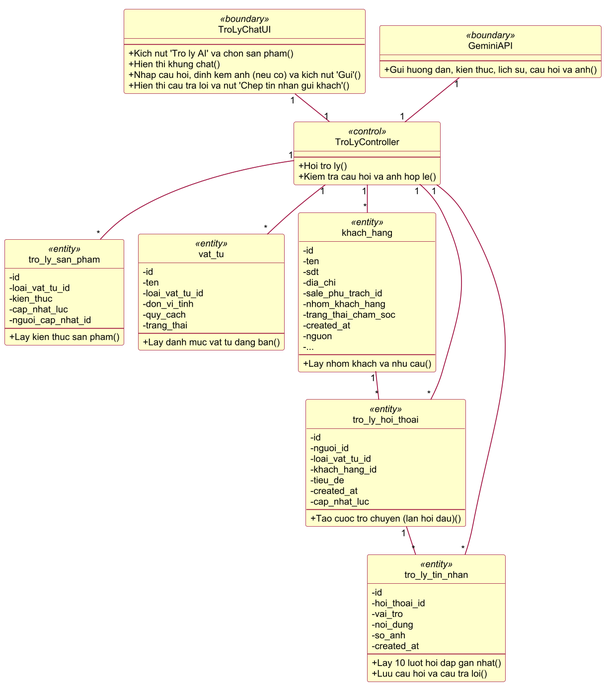
Above: _hinh/puml_rose/png/cls_tro_ly.png in simunaroo/ERP (PlantUML), before the change. Its source is kept beside it as _hinh/puml_rose/cls_tro_ly.puml.
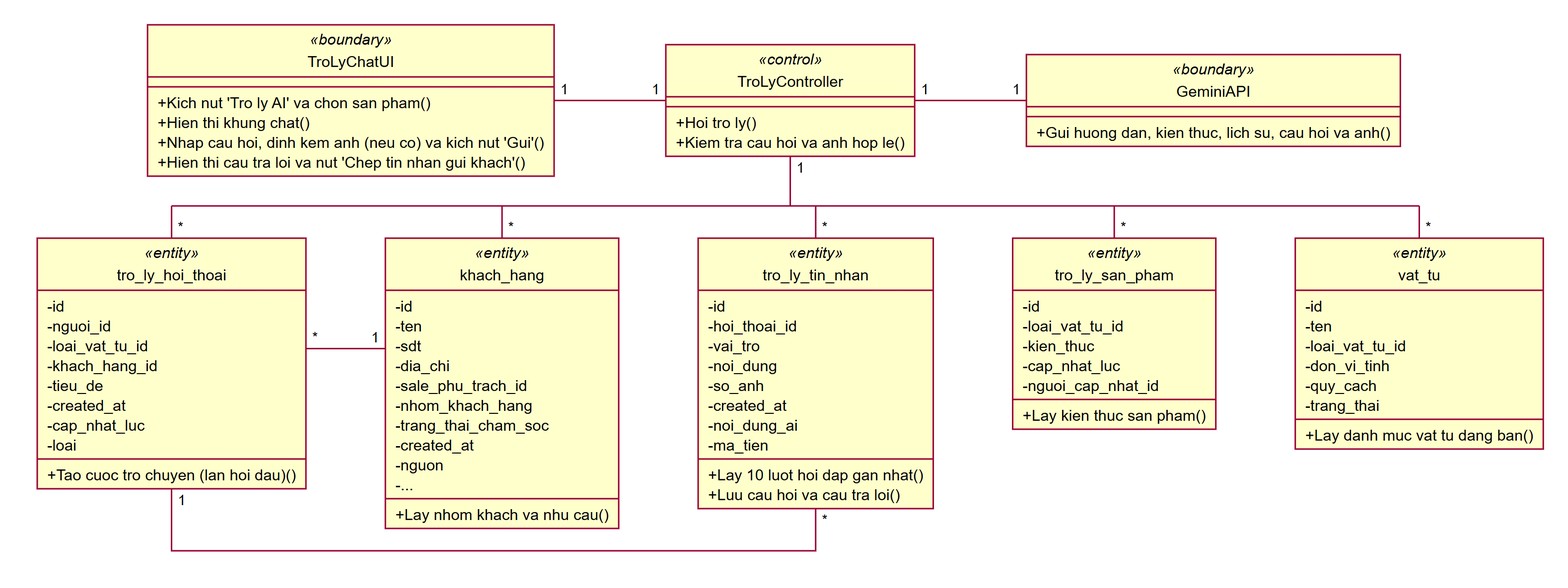
After the change.

What changed in the source:
```diff
@@ -82,6 +82,7 @@
   -tieu_de
   -created_at
   -cap_nhat_luc
+  -loai
   --
   +Tao cuoc tro chuyen (lan hoi dau)()
 }
@@ -92,6 +93,8 @@
   -noi_dung
   -so_anh
   -created_at
+  -noi_dung_ai
+  -ma_tien
   --
   +Lay 10 luot hoi dap gan nhat()
   +Luu cau hoi va cau tra loi()
```
